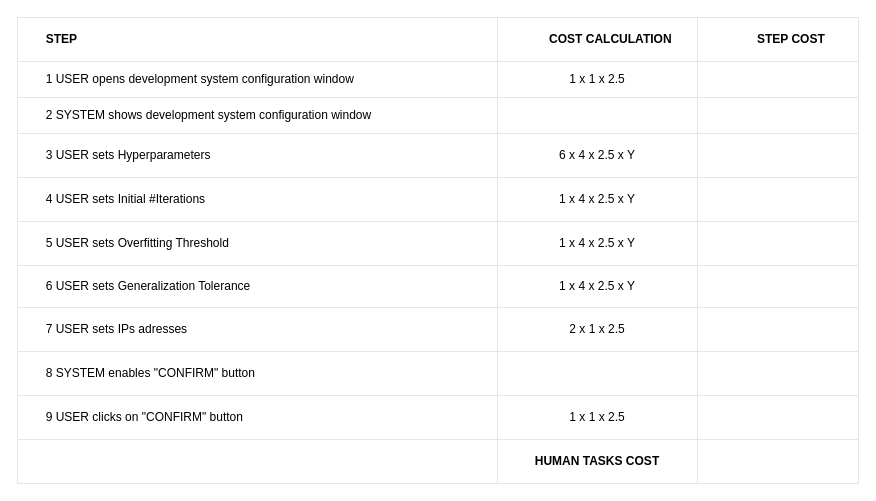
Above: configure/development system (BELLO)/development_system_table.drawio in BaffoBello14/AutomaticDamagesRecognition (draw.io), before the change. Source tidied: cells renumbered, new cells numbered last; positions are measured from the earlier drawing's top-left corner, leaving out a move shared by most shapes. Both pictures are drawn from the tidied source at 100%, with x=0, y=0 at pixel (17, 17).
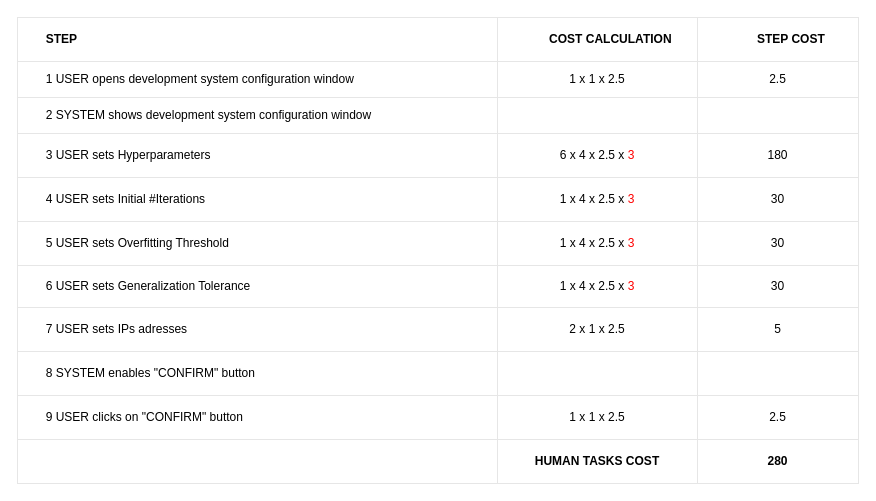
After the change.

Commit message:
Update development system table dimensions

The change refers to these unchanged cells:
```xml
<mxCell id="7" style="shape=tableRow;horizontal=0;startSize=0;swimlaneHead=0;swimlaneBody=0;top=0;left=0;bottom=0;right=0;fontStyle=0;fillColor=none;strokeColor=inherit;align=center;" parent="2" vertex="1">
  <mxGeometry y="44" width="841" height="36" as="geometry" />
</mxCell>
<mxCell id="15" style="shape=tableRow;horizontal=0;startSize=0;swimlaneHead=0;swimlaneBody=0;top=0;left=0;bottom=0;right=0;fontStyle=0;fillColor=none;strokeColor=inherit;align=center;" parent="2" vertex="1">
  <mxGeometry y="116" width="841" height="44" as="geometry" />
</mxCell>
<mxCell id="19" style="shape=tableRow;horizontal=0;startSize=0;swimlaneHead=0;swimlaneBody=0;top=0;left=0;bottom=0;right=0;fontStyle=0;fillColor=none;strokeColor=inherit;align=center;" parent="2" vertex="1">
  <mxGeometry y="160" width="841" height="44" as="geometry" />
</mxCell>
<mxCell id="23" style="shape=tableRow;horizontal=0;startSize=0;swimlaneHead=0;swimlaneBody=0;top=0;left=0;bottom=0;right=0;fontStyle=0;fillColor=none;strokeColor=inherit;align=center;" parent="2" vertex="1">
  <mxGeometry y="204" width="841" height="44" as="geometry" />
</mxCell>
<mxCell id="27" style="shape=tableRow;horizontal=0;startSize=0;swimlaneHead=0;swimlaneBody=0;top=0;left=0;bottom=0;right=0;fontStyle=0;fillColor=none;strokeColor=inherit;align=center;" parent="2" vertex="1">
  <mxGeometry y="248" width="841" height="42" as="geometry" />
</mxCell>
<mxCell id="31" style="shape=tableRow;horizontal=0;startSize=0;swimlaneHead=0;swimlaneBody=0;top=0;left=0;bottom=0;right=0;fontStyle=0;fillColor=none;strokeColor=inherit;align=center;" parent="2" vertex="1">
  <mxGeometry y="290" width="841" height="44" as="geometry" />
</mxCell>
<mxCell id="39" style="shape=tableRow;horizontal=0;startSize=0;swimlaneHead=0;swimlaneBody=0;top=0;left=0;bottom=0;right=0;fontStyle=0;fillColor=none;strokeColor=inherit;align=center;" parent="2" vertex="1">
  <mxGeometry y="378" width="841" height="44" as="geometry" />
</mxCell>
<mxCell id="43" style="shape=tableRow;horizontal=0;startSize=0;swimlaneHead=0;swimlaneBody=0;top=0;left=0;bottom=0;right=0;fontStyle=0;fillColor=none;strokeColor=inherit;align=center;" parent="2" vertex="1">
  <mxGeometry y="422" width="841" height="44" as="geometry" />
</mxCell>
```

Diff of the diagram source:
```diff
@@
-    <mxCell id="10" style="strokeColor=inherit;fillColor=none;align=center;whiteSpace=wrap;html=1;" parent="7" vertex="1">
+    <mxCell id="10" value="2.5" style="strokeColor=inherit;fillColor=none;align=center;whiteSpace=wrap;html=1;" parent="7" vertex="1">
       <mxGeometry x="680" width="161" height="36" as="geometry" />
     </mxCell>
@@
-    <mxCell id="17" value="6 x 4 x 2.5 x Y" style="strokeColor=inherit;fillColor=none;align=center;whiteSpace=wrap;html=1;" parent="15" vertex="1">
+    <mxCell id="17" value="6 x 4 x 2.5 x &lt;font color=&quot;#ff0000&quot;&gt;3&lt;/font&gt;" style="strokeColor=inherit;fillColor=none;align=center;whiteSpace=wrap;html=1;" parent="15" vertex="1">
       <mxGeometry x="480" width="200" height="44" as="geometry" />
     </mxCell>
-    <mxCell id="18" style="strokeColor=inherit;fillColor=none;align=center;whiteSpace=wrap;html=1;" parent="15" vertex="1">
+    <mxCell id="18" value="180" style="strokeColor=inherit;fillColor=none;align=center;whiteSpace=wrap;html=1;" parent="15" vertex="1">
       <mxGeometry x="680" width="161" height="44" as="geometry" />
     </mxCell>
@@
-    <mxCell id="21" value="1 x 4 x 2.5 x Y" style="strokeColor=inherit;fillColor=none;align=center;whiteSpace=wrap;html=1;" parent="19" vertex="1">
+    <mxCell id="21" value="1 x 4 x 2.5 x &lt;font color=&quot;#ff0000&quot;&gt;3&lt;/font&gt;" style="strokeColor=inherit;fillColor=none;align=center;whiteSpace=wrap;html=1;" parent="19" vertex="1">
       <mxGeometry x="480" width="200" height="44" as="geometry" />
     </mxCell>
-    <mxCell id="22" style="strokeColor=inherit;fillColor=none;align=center;whiteSpace=wrap;html=1;" parent="19" vertex="1">
+    <mxCell id="22" value="30" style="strokeColor=inherit;fillColor=none;align=center;whiteSpace=wrap;html=1;" parent="19" vertex="1">
       <mxGeometry x="680" width="161" height="44" as="geometry" />
     </mxCell>
@@
-    <mxCell id="25" value="1 x 4 x 2.5 x Y" style="strokeColor=inherit;fillColor=none;align=center;whiteSpace=wrap;html=1;" parent="23" vertex="1">
+    <mxCell id="25" value="1 x 4 x 2.5 x &lt;font color=&quot;#ff0000&quot;&gt;3&lt;/font&gt;" style="strokeColor=inherit;fillColor=none;align=center;whiteSpace=wrap;html=1;" parent="23" vertex="1">
       <mxGeometry x="480" width="200" height="44" as="geometry" />
     </mxCell>
-    <mxCell id="26" style="strokeColor=inherit;fillColor=none;align=center;whiteSpace=wrap;html=1;" parent="23" vertex="1">
+    <mxCell id="26" value="30" style="strokeColor=inherit;fillColor=none;align=center;whiteSpace=wrap;html=1;" parent="23" vertex="1">
       <mxGeometry x="680" width="161" height="44" as="geometry" />
     </mxCell>
@@
-    <mxCell id="29" value="1 x 4 x 2.5 x Y" style="strokeColor=inherit;fillColor=none;align=center;whiteSpace=wrap;html=1;" parent="27" vertex="1">
+    <mxCell id="29" value="1 x 4 x 2.5 x &lt;font color=&quot;#ff0000&quot;&gt;3&lt;/font&gt;" style="strokeColor=inherit;fillColor=none;align=center;whiteSpace=wrap;html=1;" parent="27" vertex="1">
       <mxGeometry x="480" width="200" height="42" as="geometry" />
     </mxCell>
-    <mxCell id="30" style="strokeColor=inherit;fillColor=none;align=center;whiteSpace=wrap;html=1;" parent="27" vertex="1">
+    <mxCell id="30" value="30" style="strokeColor=inherit;fillColor=none;align=center;whiteSpace=wrap;html=1;" parent="27" vertex="1">
       <mxGeometry x="680" width="161" height="42" as="geometry" />
     </mxCell>
@@
-    <mxCell id="34" style="strokeColor=inherit;fillColor=none;align=center;whiteSpace=wrap;html=1;" parent="31" vertex="1">
+    <mxCell id="34" value="5" style="strokeColor=inherit;fillColor=none;align=center;whiteSpace=wrap;html=1;" parent="31" vertex="1">
       <mxGeometry x="680" width="161" height="44" as="geometry" />
     </mxCell>
@@
-    <mxCell id="42" style="strokeColor=inherit;fillColor=none;align=center;whiteSpace=wrap;html=1;" parent="39" vertex="1">
+    <mxCell id="42" value="2.5" style="strokeColor=inherit;fillColor=none;align=center;whiteSpace=wrap;html=1;" parent="39" vertex="1">
       <mxGeometry x="680" width="161" height="44" as="geometry" />
     </mxCell>
@@
-    <mxCell id="46" style="strokeColor=inherit;fillColor=none;align=center;whiteSpace=wrap;html=1;fontStyle=1;" parent="43" vertex="1">
+    <mxCell id="46" value="280" style="strokeColor=inherit;fillColor=none;align=center;whiteSpace=wrap;html=1;fontStyle=1;" parent="43" vertex="1">
       <mxGeometry x="680" width="161" height="44" as="geometry" />
     </mxCell>
```
